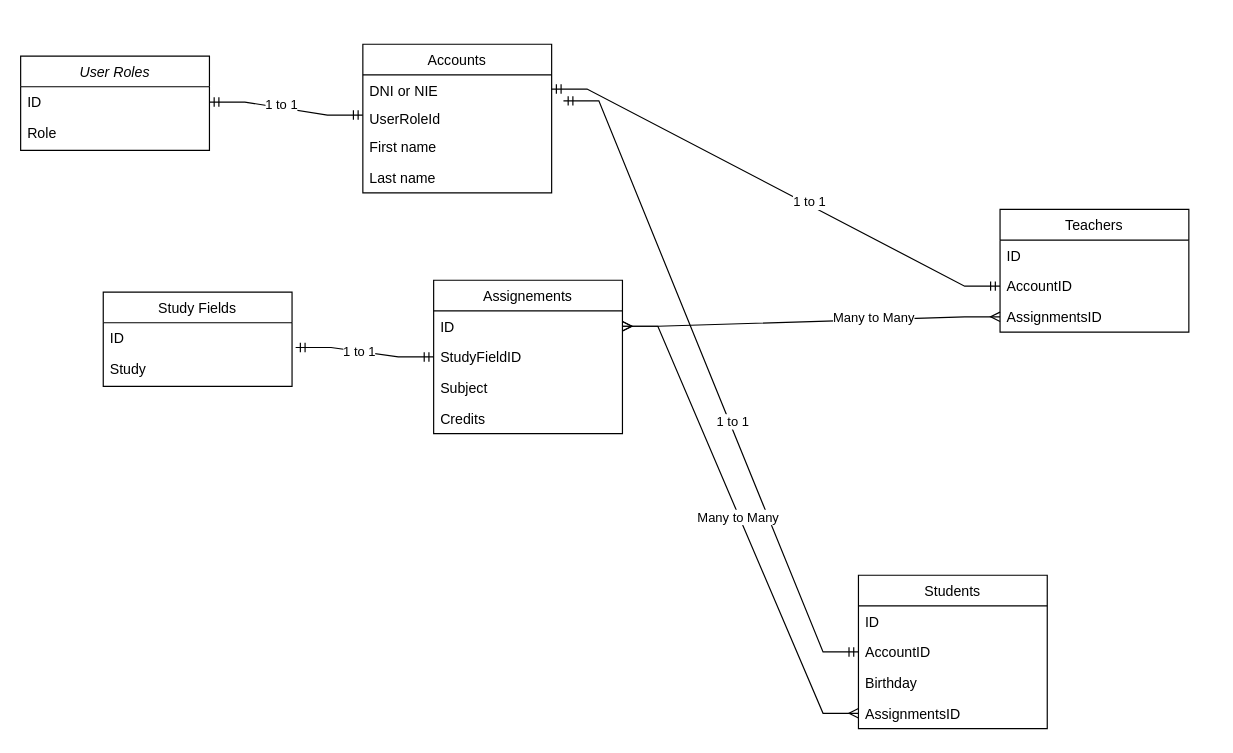
Above: page "Database Class Diagram" (5 of 5) of documents/University Database Application Diagrams.drawio in MP-Anselin/UniversityDatabaseApp_java (draw.io), before the change. Source tidied: cells renumbered, new cells numbered last; positions are measured from the earlier drawing's top-left corner, leaving out a move shared by most shapes. Both pictures are drawn from the tidied source at 118%, with x=0, y=0 at pixel (20, 44).
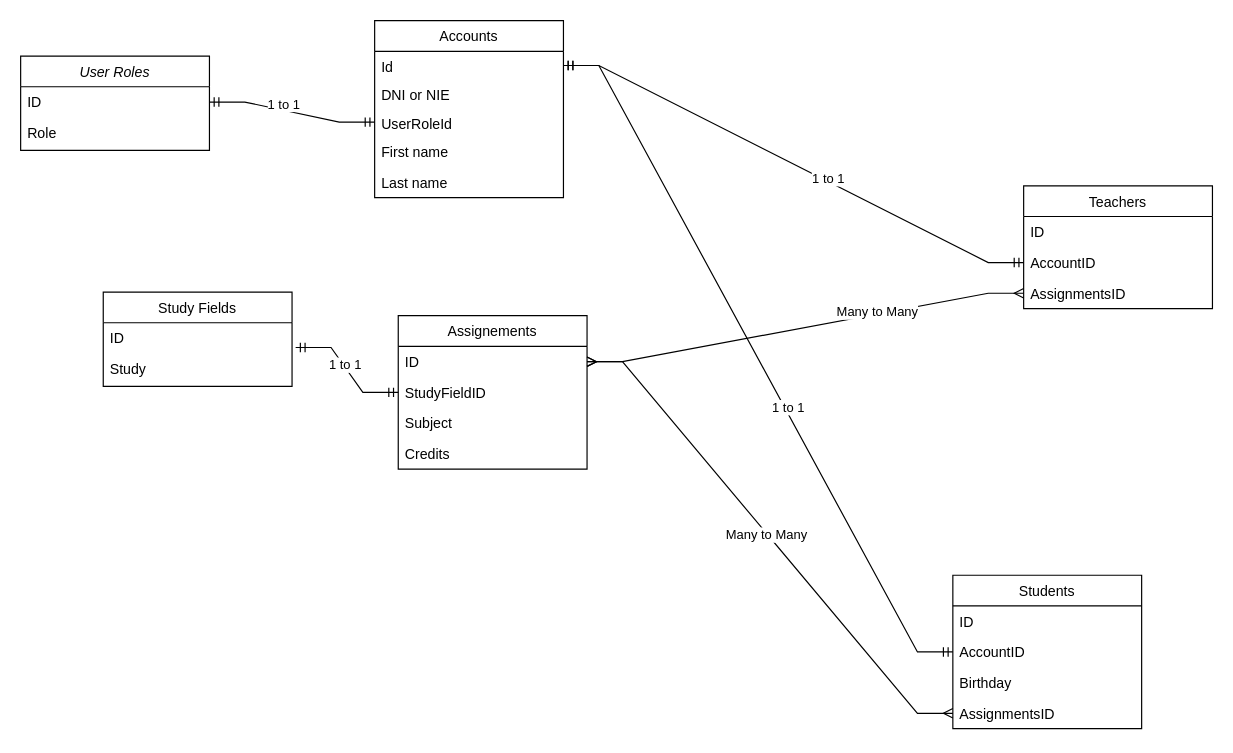
The same page after the edit.

Unchanged cells that the change refers to:
```xml
<mxCell id="3" value="ID" style="text;align=left;verticalAlign=top;spacingLeft=4;spacingRight=4;overflow=hidden;points=[[0,0.5],[1,0.5]];portConstraint=eastwest;" parent="2" vertex="1">
  <mxGeometry y="26" width="160" height="26" as="geometry" />
</mxCell>
<mxCell id="20" value="AccountID" style="text;align=left;verticalAlign=top;spacingLeft=4;spacingRight=4;overflow=hidden;points=[[0,0.5],[1,0.5]];portConstraint=eastwest;" parent="18" vertex="1">
  <mxGeometry y="52" width="160" height="26" as="geometry" />
</mxCell>
<mxCell id="25" value="AccountID" style="text;align=left;verticalAlign=top;spacingLeft=4;spacingRight=4;overflow=hidden;points=[[0,0.5],[1,0.5]];portConstraint=eastwest;" parent="23" vertex="1">
  <mxGeometry y="52" width="160" height="26" as="geometry" />
</mxCell>
```

Change to the diagram source:
```diff
@@
     <mxCell id="5" value="Assignements" style="swimlane;fontStyle=0;align=center;verticalAlign=top;horizontal=1;startSize=26;rounded=0;shadow=0;strokeWidth=1;" parent="1" vertex="1">
-      <mxGeometry x="350" y="200" width="160" height="130" as="geometry" />
+      <mxGeometry x="320" y="230" width="160" height="130" as="geometry" />
     </mxCell>
@@
     <mxCell id="10" value="Accounts" style="swimlane;fontStyle=0;align=center;verticalAlign=top;horizontal=1;startSize=26;rounded=0;shadow=0;strokeWidth=1;" parent="1" vertex="1">
-      <mxGeometry x="290" width="160" height="126" as="geometry" />
+      <mxGeometry x="300" y="-20" width="160" height="150" as="geometry" />
     </mxCell>
+    <mxCell id="39" value="Id" style="text;align=left;verticalAlign=top;spacingLeft=4;spacingRight=4;overflow=hidden;points=[[0,0.5],[1,0.5]];portConstraint=eastwest;" parent="10" vertex="1">
+      <mxGeometry y="26" width="160" height="24" as="geometry" />
+    </mxCell>
     <mxCell id="11" value="DNI or NIE" style="text;align=left;verticalAlign=top;spacingLeft=4;spacingRight=4;overflow=hidden;points=[[0,0.5],[1,0.5]];portConstraint=eastwest;" parent="10" vertex="1">
-      <mxGeometry y="26" width="160" height="24" as="geometry" />
+      <mxGeometry y="50" width="160" height="24" as="geometry" />
     </mxCell>
     <mxCell id="12" value="UserRoleId" style="text;align=left;verticalAlign=top;spacingLeft=4;spacingRight=4;overflow=hidden;points=[[0,0.5],[1,0.5]];portConstraint=eastwest;" parent="10" vertex="1">
-      <mxGeometry y="50" width="160" height="24" as="geometry" />
+      <mxGeometry y="74" width="160" height="24" as="geometry" />
     </mxCell>
     <mxCell id="13" value="First name" style="text;align=left;verticalAlign=top;spacingLeft=4;spacingRight=4;overflow=hidden;" parent="10" vertex="1">
-      <mxGeometry y="74" width="160" height="26" as="geometry" />
+      <mxGeometry y="98" width="160" height="26" as="geometry" />
     </mxCell>
     <mxCell id="14" value="Last name" style="text;align=left;verticalAlign=top;spacingLeft=4;spacingRight=4;overflow=hidden;" parent="10" vertex="1">
-      <mxGeometry y="100" width="160" height="26" as="geometry" />
+      <mxGeometry y="124" width="160" height="26" as="geometry" />
     </mxCell>
@@
     <mxCell id="18" value="Students" style="swimlane;fontStyle=0;align=center;verticalAlign=top;horizontal=1;startSize=26;rounded=0;shadow=0;strokeWidth=1;" parent="1" vertex="1">
-      <mxGeometry x="710" y="450" width="160" height="130" as="geometry" />
+      <mxGeometry x="790" y="450" width="160" height="130" as="geometry" />
     </mxCell>
@@
     <mxCell id="23" value="Teachers" style="swimlane;fontStyle=0;align=center;verticalAlign=top;horizontal=1;startSize=26;rounded=0;shadow=0;strokeWidth=1;" parent="1" vertex="1">
-      <mxGeometry x="830" y="140" width="160" height="104" as="geometry" />
+      <mxGeometry x="850" y="120" width="160" height="104" as="geometry" />
     </mxCell>
@@
-    <mxCell id="27" style="edgeStyle=entityRelationEdgeStyle;fontSize=12;html=1;endArrow=ERmandOne;startArrow=ERmandOne;rounded=0;exitX=1;exitY=0.5;exitDx=0;exitDy=0;" parent="1" edge="1" source="3">
-      <mxGeometry relative="1" as="geometry">
-        <mxPoint x="290" y="60" as="targetPoint" />
-      </mxGeometry>
+    <mxCell id="27" style="edgeStyle=entityRelationEdgeStyle;fontSize=12;html=1;endArrow=ERmandOne;startArrow=ERmandOne;rounded=0;exitX=1;exitY=0.5;exitDx=0;exitDy=0;entryX=0;entryY=0.5;entryDx=0;entryDy=0;" parent="1" edge="1" source="3" target="12">
+      <mxGeometry relative="1" as="geometry" />
     </mxCell>
@@
-    <mxCell id="31" style="edgeStyle=entityRelationEdgeStyle;fontSize=12;html=1;endArrow=ERmandOne;startArrow=ERmandOne;rounded=0;exitX=1;exitY=0.5;exitDx=0;exitDy=0;entryX=0;entryY=0.5;entryDx=0;entryDy=0;" parent="1" edge="1" source="11" target="25">
+    <mxCell id="31" style="edgeStyle=entityRelationEdgeStyle;fontSize=12;html=1;endArrow=ERmandOne;startArrow=ERmandOne;rounded=0;exitX=1;exitY=0.5;exitDx=0;exitDy=0;entryX=0;entryY=0.5;entryDx=0;entryDy=0;" parent="1" edge="1" source="39" target="25">
       <mxGeometry relative="1" as="geometry" />
     </mxCell>
@@
-    <mxCell id="33" style="edgeStyle=entityRelationEdgeStyle;fontSize=12;html=1;endArrow=ERmandOne;startArrow=ERmandOne;rounded=0;exitX=1;exitY=0.5;exitDx=0;exitDy=0;entryX=0;entryY=0.5;entryDx=0;entryDy=0;" parent="1" edge="1" target="20">
-      <mxGeometry relative="1" as="geometry">
-        <mxPoint x="460" y="48" as="sourcePoint" />
-      </mxGeometry>
+    <mxCell id="33" style="edgeStyle=entityRelationEdgeStyle;fontSize=12;html=1;endArrow=ERmandOne;startArrow=ERmandOne;rounded=0;entryX=0;entryY=0.5;entryDx=0;entryDy=0;" parent="1" edge="1" source="39" target="20">
+      <mxGeometry relative="1" as="geometry" />
     </mxCell>
```
